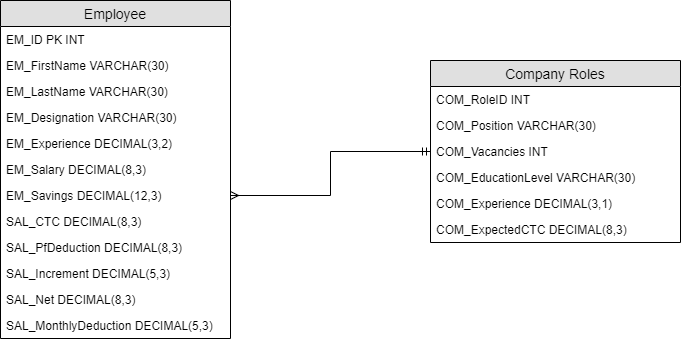
Before: ERD_Physical_SQL.png, a diagram exported from draw.io (felipem1145/SALARY_MANAGEMENT_DATABASE). Source tidied: cells renumbered, new cells last; positions are measured from the earlier drawing's top-left corner, leaving out a move shared by most shapes. The source it was exported from:
```xml
<mxGraphModel>
  <root>
    <mxCell id="0" />
    <mxCell id="1" parent="0" />
    <mxCell id="2" value="Employee" style="swimlane;fontStyle=0;horizontal=1;startSize=26;fillColor=#e0e0e0;swimlaneFillColor=#ffffff;align=center;fontSize=14;" parent="1" vertex="1">
      <mxGeometry width="230" height="338" as="geometry" />
    </mxCell>
    <mxCell id="3" value="EM_ID PK INT" style="text;strokeColor=none;fillColor=none;spacingLeft=4;spacingRight=4;overflow=hidden;fontSize=12;" parent="2" vertex="1">
      <mxGeometry y="26" width="230" height="26" as="geometry" />
    </mxCell>
    <mxCell id="4" value="EM_FirstName VARCHAR(30)" style="text;strokeColor=none;fillColor=none;spacingLeft=4;spacingRight=4;overflow=hidden;fontSize=12;" parent="2" vertex="1">
      <mxGeometry y="52" width="230" height="26" as="geometry" />
    </mxCell>
    <mxCell id="5" value="EM_LastName VARCHAR(30)" style="text;strokeColor=none;fillColor=none;spacingLeft=4;spacingRight=4;overflow=hidden;fontSize=12;" parent="2" vertex="1">
      <mxGeometry y="78" width="230" height="26" as="geometry" />
    </mxCell>
    <mxCell id="6" value="EM_Designation VARCHAR(30)" style="text;strokeColor=none;fillColor=none;spacingLeft=4;spacingRight=4;overflow=hidden;fontSize=12;" parent="2" vertex="1">
      <mxGeometry y="104" width="230" height="26" as="geometry" />
    </mxCell>
    <mxCell id="7" value="EM_Experience DECIMAL(3,2)" style="text;strokeColor=none;fillColor=none;spacingLeft=4;spacingRight=4;overflow=hidden;fontSize=12;" parent="2" vertex="1">
      <mxGeometry y="130" width="230" height="26" as="geometry" />
    </mxCell>
    <mxCell id="8" value="EM_Salary DECIMAL(8,3)" style="text;strokeColor=none;fillColor=none;spacingLeft=4;spacingRight=4;overflow=hidden;fontSize=12;" parent="2" vertex="1">
      <mxGeometry y="156" width="230" height="26" as="geometry" />
    </mxCell>
    <mxCell id="9" value="EM_Savings DECIMAL(12,3)" style="text;strokeColor=none;fillColor=none;spacingLeft=4;spacingRight=4;overflow=hidden;points=[[0,0.5],[1,0.5]];portConstraint=eastwest;fontSize=12;" parent="2" vertex="1">
      <mxGeometry y="182" width="230" height="26" as="geometry" />
    </mxCell>
    <mxCell id="10" value="SAL_CTC DECIMAL(8,3)" style="text;strokeColor=none;fillColor=none;spacingLeft=4;spacingRight=4;overflow=hidden;fontSize=12;" parent="2" vertex="1">
      <mxGeometry y="208" width="230" height="26" as="geometry" />
    </mxCell>
    <mxCell id="11" value="SAL_PfDeduction DECIMAL(8,3)" style="text;strokeColor=none;fillColor=none;spacingLeft=4;spacingRight=4;overflow=hidden;fontSize=12;" parent="2" vertex="1">
      <mxGeometry y="234" width="230" height="26" as="geometry" />
    </mxCell>
    <mxCell id="12" value="SAL_Increment DECIMAL(5,3)" style="text;strokeColor=none;fillColor=none;spacingLeft=4;spacingRight=4;overflow=hidden;fontSize=12;" parent="2" vertex="1">
      <mxGeometry y="260" width="230" height="26" as="geometry" />
    </mxCell>
    <mxCell id="13" value="SAL_Net DECIMAL(8,3)" style="text;strokeColor=none;fillColor=none;spacingLeft=4;spacingRight=4;overflow=hidden;fontSize=12;" parent="2" vertex="1">
      <mxGeometry y="286" width="230" height="26" as="geometry" />
    </mxCell>
    <mxCell id="14" value="SAL_MonthlyDeduction DECIMAL(5,3)" style="text;strokeColor=none;fillColor=none;spacingLeft=4;spacingRight=4;overflow=hidden;fontSize=12;" parent="2" vertex="1">
      <mxGeometry y="312" width="230" height="26" as="geometry" />
    </mxCell>
    <mxCell id="15" value="Company Roles" style="swimlane;fontStyle=0;horizontal=1;startSize=26;fillColor=#e0e0e0;swimlaneFillColor=#ffffff;align=center;fontSize=14;" parent="1" vertex="1">
      <mxGeometry x="430" y="60" width="250" height="182" as="geometry" />
    </mxCell>
    <mxCell id="16" value="COM_RoleID INT " style="text;strokeColor=none;fillColor=none;spacingLeft=4;spacingRight=4;overflow=hidden;fontSize=12;" parent="15" vertex="1">
      <mxGeometry y="26" width="250" height="26" as="geometry" />
    </mxCell>
    <mxCell id="17" value="COM_Position VARCHAR(30)" style="text;strokeColor=none;fillColor=none;spacingLeft=4;spacingRight=4;overflow=hidden;fontSize=12;" parent="15" vertex="1">
      <mxGeometry y="52" width="250" height="26" as="geometry" />
    </mxCell>
    <mxCell id="18" value="COM_Vacancies INT" style="text;strokeColor=none;fillColor=none;spacingLeft=4;spacingRight=4;overflow=hidden;points=[[0,0.5],[1,0.5]];portConstraint=eastwest;fontSize=12;" parent="15" vertex="1">
      <mxGeometry y="78" width="250" height="26" as="geometry" />
    </mxCell>
    <mxCell id="19" value="COM_EducationLevel VARCHAR(30)" style="text;strokeColor=none;fillColor=none;spacingLeft=4;spacingRight=4;overflow=hidden;fontSize=12;" parent="15" vertex="1">
      <mxGeometry y="104" width="250" height="26" as="geometry" />
    </mxCell>
    <mxCell id="20" value="COM_Experience DECIMAL(3,1)" style="text;strokeColor=none;fillColor=none;spacingLeft=4;spacingRight=4;overflow=hidden;fontSize=12;" parent="15" vertex="1">
      <mxGeometry y="130" width="250" height="26" as="geometry" />
    </mxCell>
    <mxCell id="21" value="COM_ExpectedCTC DECIMAL(8,3)" style="text;strokeColor=none;fillColor=none;spacingLeft=4;spacingRight=4;overflow=hidden;fontSize=12;" parent="15" vertex="1">
      <mxGeometry y="156" width="250" height="26" as="geometry" />
    </mxCell>
    <mxCell id="22" style="edgeStyle=orthogonalEdgeStyle;rounded=0;jettySize=auto;html=1;startArrow=ERmany;startFill=0;endArrow=ERmandOne;endFill=0;" parent="1" edge="1" source="9" target="18">
      <mxGeometry relative="1" as="geometry" />
    </mxCell>
  </root>
</mxGraphModel>
```
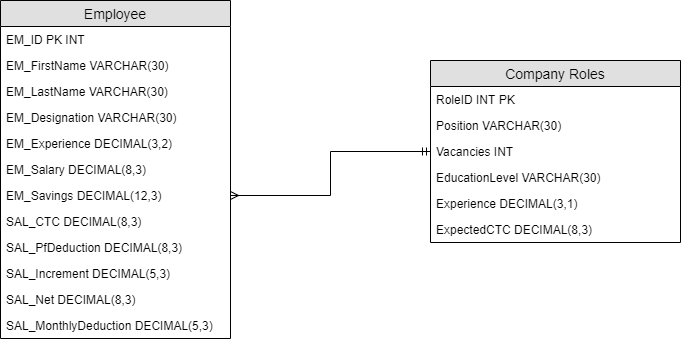
After the commit.

Diff of the diagram source:
```diff
@@ -44,22 +44,22 @@
     <mxCell id="15" value="Company Roles" style="swimlane;fontStyle=0;horizontal=1;startSize=26;fillColor=#e0e0e0;swimlaneFillColor=#ffffff;align=center;fontSize=14;" parent="1" vertex="1">
       <mxGeometry x="430" y="60" width="250" height="182" as="geometry" />
     </mxCell>
-    <mxCell id="16" value="COM_RoleID INT " style="text;strokeColor=none;fillColor=none;spacingLeft=4;spacingRight=4;overflow=hidden;fontSize=12;" parent="15" vertex="1">
+    <mxCell id="16" value="RoleID INT PK" style="text;strokeColor=none;fillColor=none;spacingLeft=4;spacingRight=4;overflow=hidden;fontSize=12;" parent="15" vertex="1">
       <mxGeometry y="26" width="250" height="26" as="geometry" />
     </mxCell>
-    <mxCell id="17" value="COM_Position VARCHAR(30)" style="text;strokeColor=none;fillColor=none;spacingLeft=4;spacingRight=4;overflow=hidden;fontSize=12;" parent="15" vertex="1">
+    <mxCell id="17" value="Position VARCHAR(30)" style="text;strokeColor=none;fillColor=none;spacingLeft=4;spacingRight=4;overflow=hidden;fontSize=12;" parent="15" vertex="1">
       <mxGeometry y="52" width="250" height="26" as="geometry" />
     </mxCell>
-    <mxCell id="18" value="COM_Vacancies INT" style="text;strokeColor=none;fillColor=none;spacingLeft=4;spacingRight=4;overflow=hidden;points=[[0,0.5],[1,0.5]];portConstraint=eastwest;fontSize=12;" parent="15" vertex="1">
+    <mxCell id="18" value="Vacancies INT" style="text;strokeColor=none;fillColor=none;spacingLeft=4;spacingRight=4;overflow=hidden;points=[[0,0.5],[1,0.5]];portConstraint=eastwest;fontSize=12;" parent="15" vertex="1">
       <mxGeometry y="78" width="250" height="26" as="geometry" />
     </mxCell>
-    <mxCell id="19" value="COM_EducationLevel VARCHAR(30)" style="text;strokeColor=none;fillColor=none;spacingLeft=4;spacingRight=4;overflow=hidden;fontSize=12;" parent="15" vertex="1">
+    <mxCell id="19" value="EducationLevel VARCHAR(30)" style="text;strokeColor=none;fillColor=none;spacingLeft=4;spacingRight=4;overflow=hidden;fontSize=12;" parent="15" vertex="1">
       <mxGeometry y="104" width="250" height="26" as="geometry" />
     </mxCell>
-    <mxCell id="20" value="COM_Experience DECIMAL(3,1)" style="text;strokeColor=none;fillColor=none;spacingLeft=4;spacingRight=4;overflow=hidden;fontSize=12;" parent="15" vertex="1">
+    <mxCell id="20" value="Experience DECIMAL(3,1)" style="text;strokeColor=none;fillColor=none;spacingLeft=4;spacingRight=4;overflow=hidden;fontSize=12;" parent="15" vertex="1">
       <mxGeometry y="130" width="250" height="26" as="geometry" />
     </mxCell>
-    <mxCell id="21" value="COM_ExpectedCTC DECIMAL(8,3)" style="text;strokeColor=none;fillColor=none;spacingLeft=4;spacingRight=4;overflow=hidden;fontSize=12;" parent="15" vertex="1">
+    <mxCell id="21" value="ExpectedCTC DECIMAL(8,3)" style="text;strokeColor=none;fillColor=none;spacingLeft=4;spacingRight=4;overflow=hidden;fontSize=12;" parent="15" vertex="1">
       <mxGeometry y="156" width="250" height="26" as="geometry" />
     </mxCell>
     <mxCell id="22" style="edgeStyle=orthogonalEdgeStyle;rounded=0;jettySize=auto;html=1;startArrow=ERmany;startFill=0;endArrow=ERmandOne;endFill=0;" parent="1" edge="1" source="9" target="18">
```
